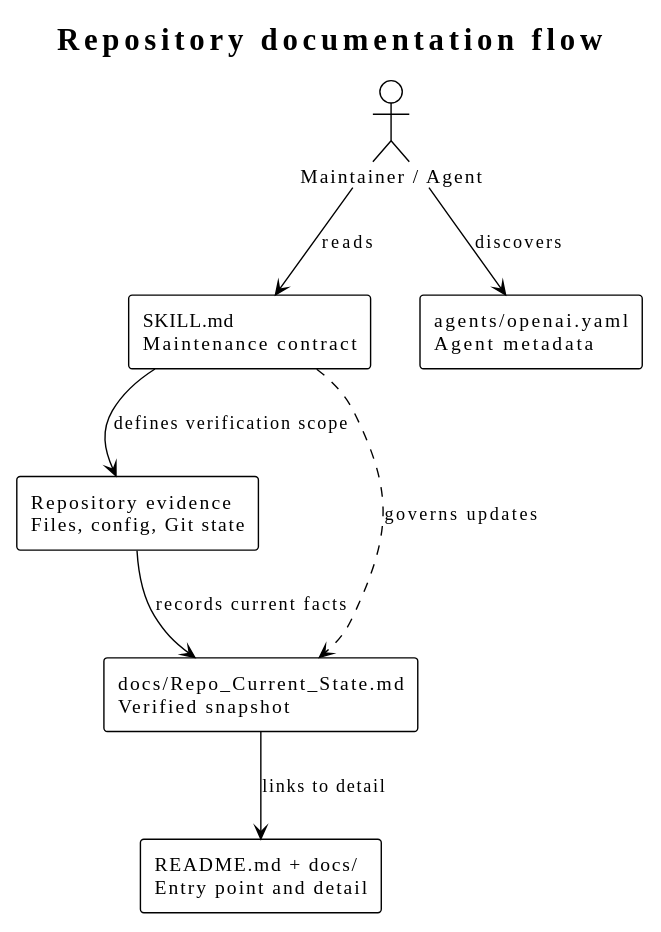
This is docs/skills/repo-current-state/diagrams/repository-state.svg from i-zrhe2016/codex-development-workflow, a PlantUML export, as it was before one commit. Source of this version:
```plantuml
@startuml
!theme plain
top to bottom direction

title Repository documentation flow

actor "Maintainer / Agent" as maintainer
rectangle "SKILL.md\nMaintenance contract" as skill
rectangle "Repository evidence\nFiles, config, Git state" as evidence
rectangle "docs/Repo_Current_State.md\nVerified snapshot" as state
rectangle "README.md + docs/\nEntry point and detail" as docs
rectangle "agents/openai.yaml\nAgent metadata" as metadata

maintainer --> skill : reads
maintainer --> metadata : discovers
skill --> evidence : defines verification scope
evidence --> state : records current facts
state --> docs : links to detail
skill ..> state : governs updates
@enduml
```
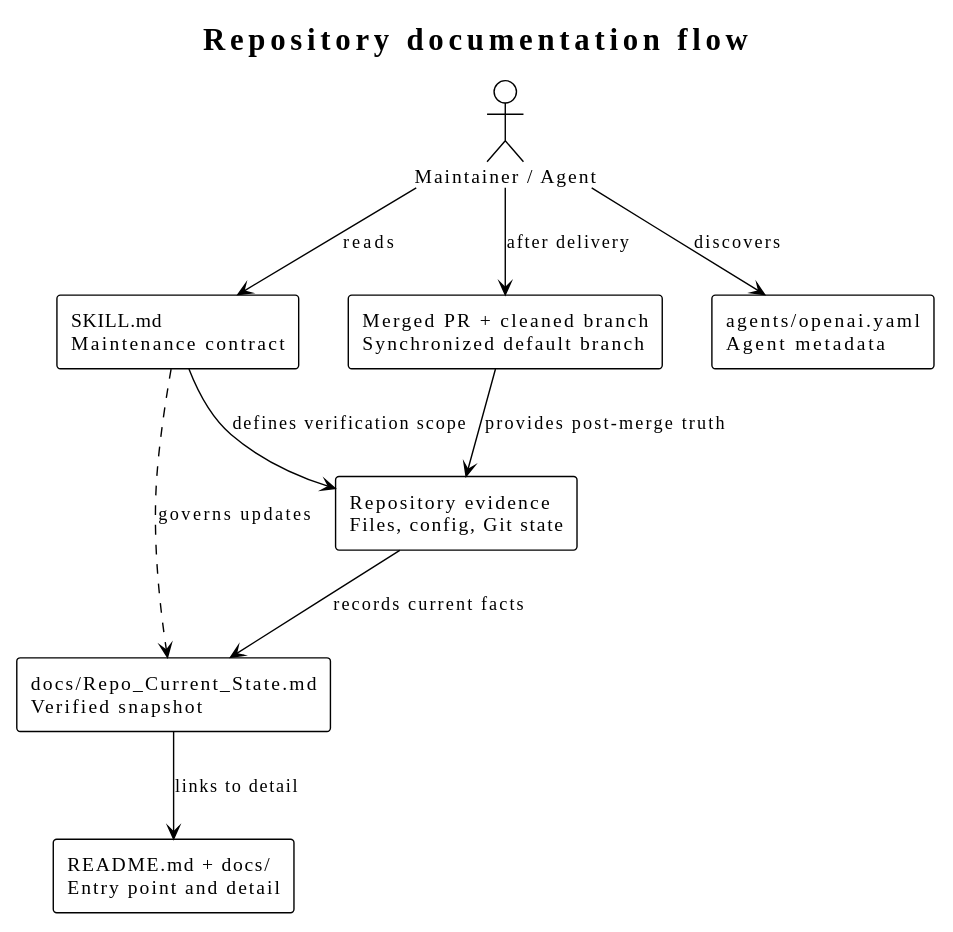
Above is the later version.

Change to the diagram source:
```diff
@@ -7,13 +7,16 @@
 actor "Maintainer / Agent" as maintainer
 rectangle "SKILL.md\nMaintenance contract" as skill
 rectangle "Repository evidence\nFiles, config, Git state" as evidence
+rectangle "Merged PR + cleaned branch\nSynchronized default branch" as merged
 rectangle "docs/Repo_Current_State.md\nVerified snapshot" as state
 rectangle "README.md + docs/\nEntry point and detail" as docs
 rectangle "agents/openai.yaml\nAgent metadata" as metadata
 
 maintainer --> skill : reads
 maintainer --> metadata : discovers
+maintainer --> merged : after delivery
 skill --> evidence : defines verification scope
+merged --> evidence : provides post-merge truth
 evidence --> state : records current facts
 state --> docs : links to detail
 skill ..> state : governs updates
```
